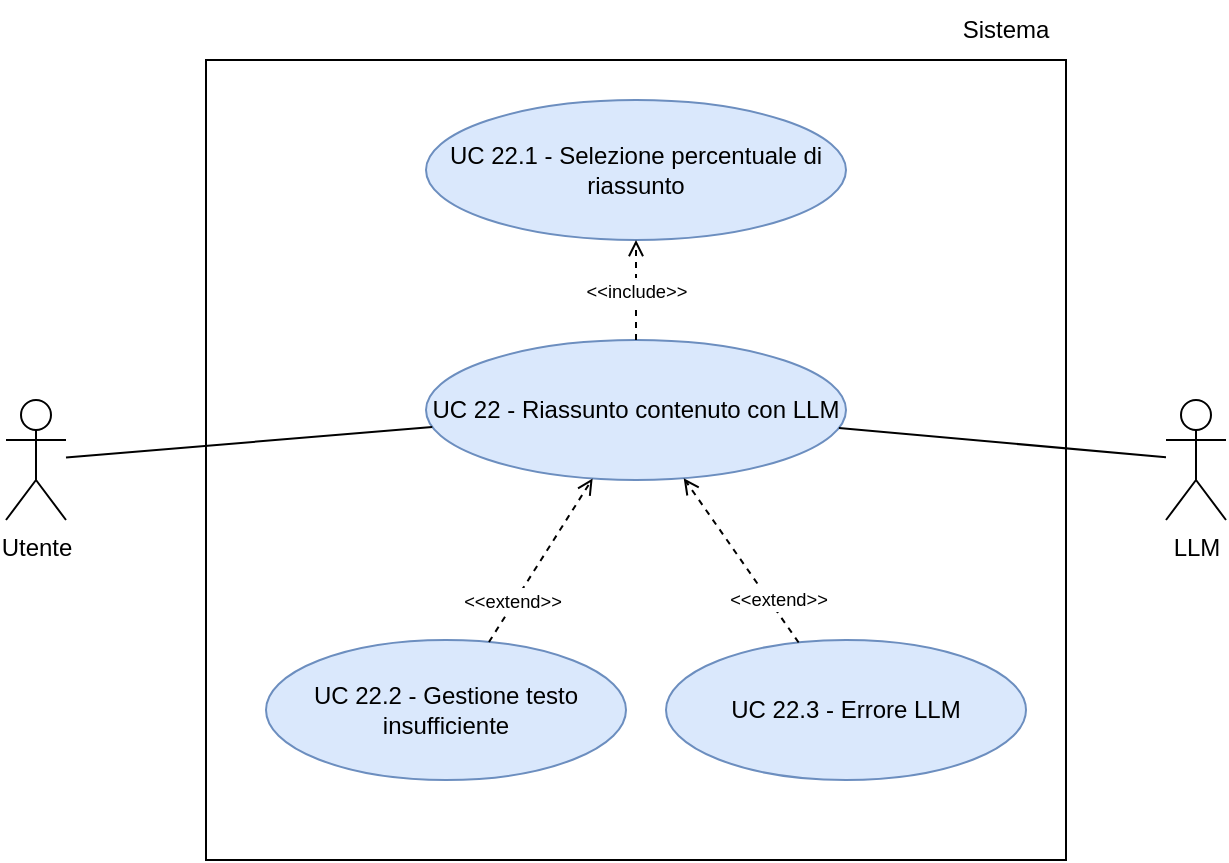
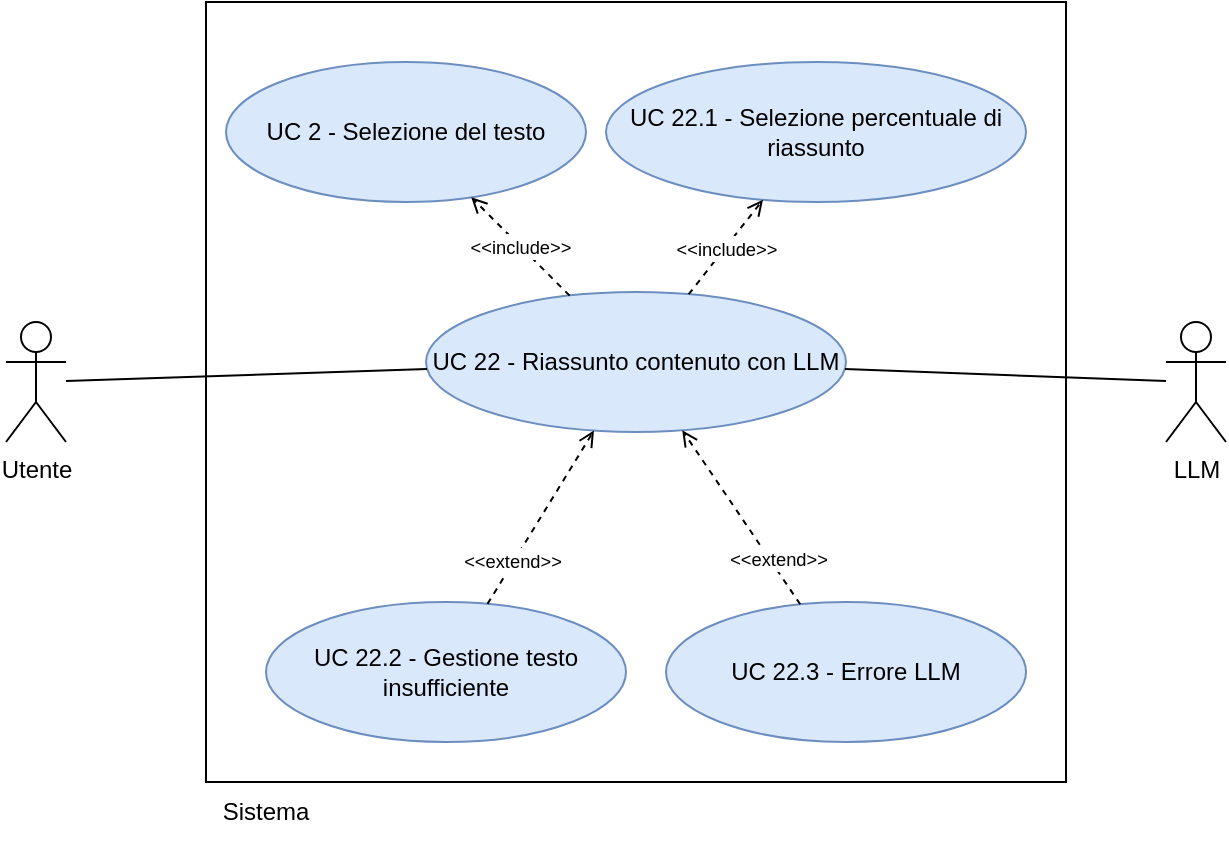
<mxGraphModel dx="961" dy="502" grid="1" gridSize="10" guides="1" tooltips="1" connect="1" arrows="1" fold="1" page="1" pageScale="1" pageWidth="850" pageHeight="1100" math="0" shadow="0">
  <root>
    <mxCell id="0" />
    <mxCell id="1" parent="0" />
    <mxCell id="p2sep0m7qQ60FvVHNfT_-703" parent="1" style="shape=umlActor;verticalLabelPosition=bottom;verticalAlign=top;html=1;outlineConnect=0;" value="Utente" vertex="1">
      <mxGeometry height="60" width="30" x="80" y="330" as="geometry" />
    </mxCell>
    <mxCell id="p2sep0m7qQ60FvVHNfT_-704" parent="1" style="shape=umlActor;verticalLabelPosition=bottom;verticalAlign=top;html=1;outlineConnect=0;" value="LLM" vertex="1">
      <mxGeometry height="60" width="30" x="660" y="330" as="geometry" />
    </mxCell>
    <mxCell id="p2sep0m7qQ60FvVHNfT_-705" parent="1" style="whiteSpace=wrap;html=1;" value="" vertex="1">
-       <mxGeometry height="400" width="430" x="180" y="160" as="geometry" />
+       <mxGeometry height="390" width="430" x="180" y="170" as="geometry" />
    </mxCell>
    <mxCell id="p2sep0m7qQ60FvVHNfT_-706" parent="1" style="text;html=1;whiteSpace=wrap;strokeColor=none;fillColor=none;align=center;verticalAlign=middle;rounded=0;" value="Sistema" vertex="1">
-       <mxGeometry height="30" width="60" x="550" y="130" as="geometry" />
+       <mxGeometry height="30" width="60" x="180" y="560" as="geometry" />
    </mxCell>
    <mxCell id="p2sep0m7qQ60FvVHNfT_-707" parent="1" style="ellipse;whiteSpace=wrap;html=1;fillColor=#dae8fc;strokeColor=#6c8ebf;" value="UC 22 - Riassunto contenuto con LLM" vertex="1">
-       <mxGeometry height="70" width="210" x="290" y="300" as="geometry" />
+       <mxGeometry height="70" width="210" x="290" y="315" as="geometry" />
    </mxCell>
    <mxCell id="p2sep0m7qQ60FvVHNfT_-708" parent="1" style="ellipse;whiteSpace=wrap;html=1;fillColor=#dae8fc;strokeColor=#6c8ebf;" value="UC 22.1 - Selezione percentuale di riassunto" vertex="1">
-       <mxGeometry height="70" width="210" x="290" y="180" as="geometry" />
+       <mxGeometry height="70" width="210" x="380" y="200" as="geometry" />
    </mxCell>
    <mxCell id="p2sep0m7qQ60FvVHNfT_-709" parent="1" style="ellipse;whiteSpace=wrap;html=1;fillColor=#dae8fc;strokeColor=#6c8ebf;" value="UC 22.2 - Gestione testo insufficiente" vertex="1">
-       <mxGeometry height="70" width="180" x="210" y="450" as="geometry" />
+       <mxGeometry height="70" width="180" x="210" y="470" as="geometry" />
    </mxCell>
    <mxCell id="p2sep0m7qQ60FvVHNfT_-710" parent="1" style="ellipse;whiteSpace=wrap;html=1;fillColor=#dae8fc;strokeColor=#6c8ebf;" value="UC 22.3 - Errore LLM" vertex="1">
-       <mxGeometry height="70" width="180" x="410" y="450" as="geometry" />
+       <mxGeometry height="70" width="180" x="410" y="470" as="geometry" />
    </mxCell>
    <mxCell id="p2sep0m7qQ60FvVHNfT_-711" edge="1" parent="1" source="p2sep0m7qQ60FvVHNfT_-703" style="edgeStyle=none;rounded=0;orthogonalLoop=1;jettySize=auto;html=1;endArrow=none;endFill=0;" target="p2sep0m7qQ60FvVHNfT_-707">
      <mxGeometry relative="1" as="geometry" />
    </mxCell>
    <mxCell id="p2sep0m7qQ60FvVHNfT_-712" edge="1" parent="1" source="p2sep0m7qQ60FvVHNfT_-707" style="edgeStyle=none;rounded=0;orthogonalLoop=1;jettySize=auto;html=1;endArrow=none;endFill=0;" target="p2sep0m7qQ60FvVHNfT_-704">
      <mxGeometry relative="1" as="geometry" />
    </mxCell>
    <mxCell id="p2sep0m7qQ60FvVHNfT_-713" edge="1" parent="1" source="p2sep0m7qQ60FvVHNfT_-707" style="edgeStyle=none;rounded=0;orthogonalLoop=1;jettySize=auto;html=1;endArrow=open;endFill=0;dashed=1;" target="p2sep0m7qQ60FvVHNfT_-708" value="&lt;small&gt;&amp;lt;&amp;lt;include&amp;gt;&amp;gt;&lt;/small&gt;">
      <mxGeometry relative="1" as="geometry" />
    </mxCell>
    <mxCell id="p2sep0m7qQ60FvVHNfT_-714" edge="1" parent="1" source="p2sep0m7qQ60FvVHNfT_-709" style="edgeStyle=none;rounded=0;orthogonalLoop=1;jettySize=auto;html=1;endArrow=open;endFill=0;dashed=1;" target="p2sep0m7qQ60FvVHNfT_-707" value="&lt;small&gt;&amp;lt;&amp;lt;extend&amp;gt;&amp;gt;&lt;/small&gt;">
      <mxGeometry relative="1" x="-0.501" y="1" as="geometry">
        <mxPoint as="offset" />
      </mxGeometry>
    </mxCell>
    <mxCell id="p2sep0m7qQ60FvVHNfT_-715" edge="1" parent="1" source="p2sep0m7qQ60FvVHNfT_-710" style="edgeStyle=none;rounded=0;orthogonalLoop=1;jettySize=auto;html=1;endArrow=open;endFill=0;dashed=1;" target="p2sep0m7qQ60FvVHNfT_-707" value="&lt;small&gt;&amp;lt;&amp;lt;extend&amp;gt;&amp;gt;&lt;/small&gt;">
      <mxGeometry relative="1" x="-0.5161" y="-4" as="geometry">
        <mxPoint as="offset" />
      </mxGeometry>
    </mxCell>
+     <mxCell id="NEW_UC_2" parent="1" style="ellipse;whiteSpace=wrap;html=1;fillColor=#dae8fc;strokeColor=#6c8ebf;" value="UC 2 - Selezione del testo" vertex="1">
+       <mxGeometry height="70" width="180" x="190" y="200" as="geometry" />
+     </mxCell>
+     <mxCell id="NEW_EDGE_INCLUDE" edge="1" parent="1" source="p2sep0m7qQ60FvVHNfT_-707" style="edgeStyle=none;rounded=0;orthogonalLoop=1;jettySize=auto;html=1;endArrow=open;endFill=0;dashed=1;" target="NEW_UC_2" value="&lt;small&gt;&amp;lt;&amp;lt;include&amp;gt;&amp;gt;&lt;/small&gt;">
+       <mxGeometry relative="1" as="geometry" />
+     </mxCell>
  </root>
</mxGraphModel>
